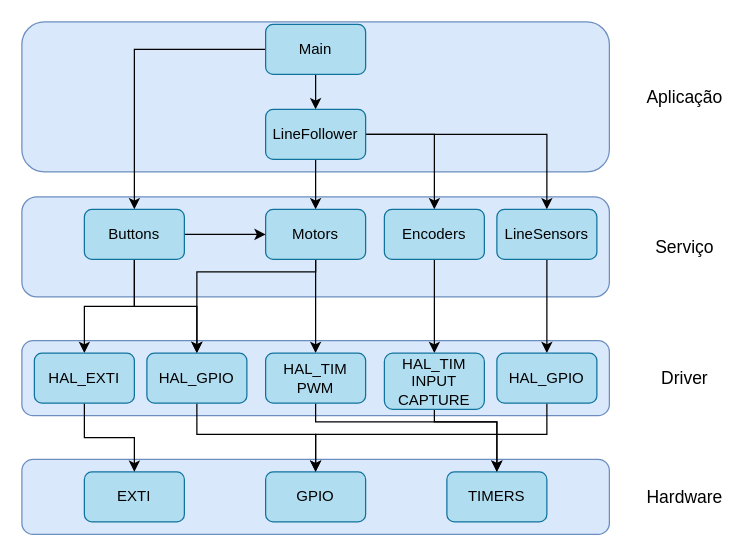
Before: Diagrama de Camadas.drawio in gabrielhaj/ES070, a draw.io diagram. Source tidied: cells renumbered, new cells numbered last; positions are measured from the earlier drawing's top-left corner, leaving out a move shared by most shapes. Both pictures are drawn from the tidied source at 125%, with x=0, y=0 at pixel (21, 21).
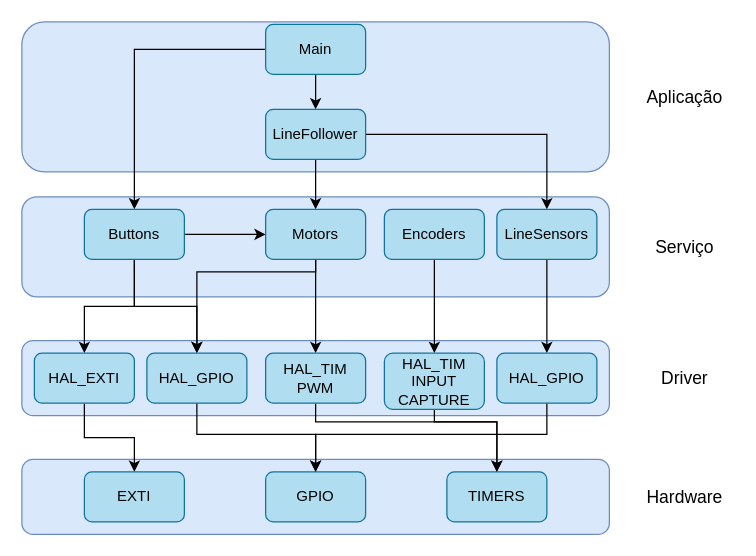
After the change.

Unchanged cells that the change refers to:
```xml
<mxCell id="19" value="LineFollower" style="rounded=1;whiteSpace=wrap;html=1;fillColor=#b1ddf0;strokeColor=#10739e;" parent="1" vertex="1">
  <mxGeometry x="195" y="70" width="80" height="40" as="geometry" />
</mxCell>
<mxCell id="31" value="Encoders" style="rounded=1;whiteSpace=wrap;html=1;fillColor=#b1ddf0;strokeColor=#10739e;" parent="1" vertex="1">
  <mxGeometry x="290" y="150" width="80" height="40" as="geometry" />
</mxCell>
```

What changed in the source:
```diff
@@
-    <mxCell id="18" style="edgeStyle=orthogonalEdgeStyle;rounded=0;jettySize=auto;html=1;entryX=0.5;entryY=0;entryDx=0;entryDy=0;" parent="1" edge="1" source="19" target="31">
-      <mxGeometry relative="1" as="geometry">
-        <Array as="points">
-          <mxPoint x="330" y="90" />
-        </Array>
-      </mxGeometry>
-    </mxCell>
```
